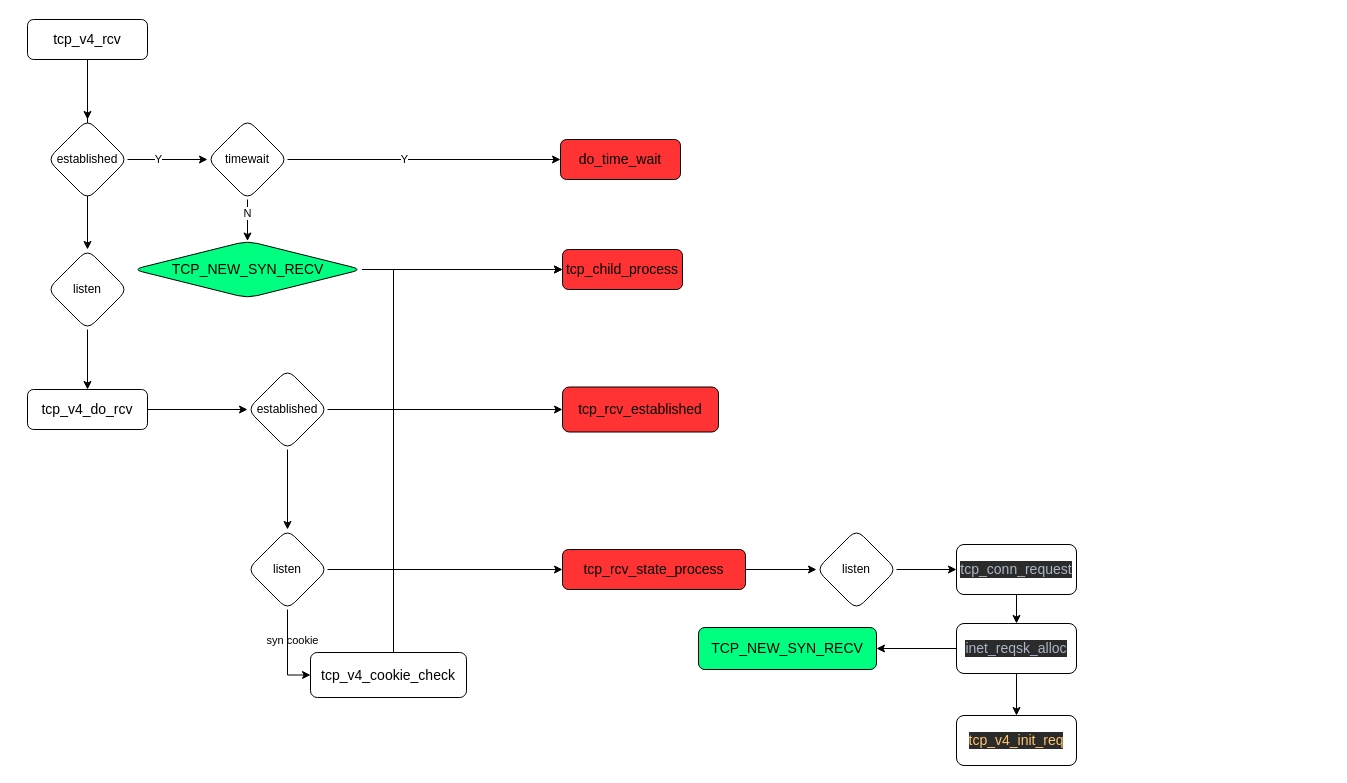
Earlier version of the draw.io diagram linux-kernel/tcp/tcp_recv.drawio (byrcoder/essay). Source tidied: cells renumbered, new cells numbered last; positions are measured from the earlier drawing's top-left corner, leaving out a move shared by most shapes. Both pictures are drawn from the tidied source at 100%, with x=0, y=0 at pixel (27, 19).
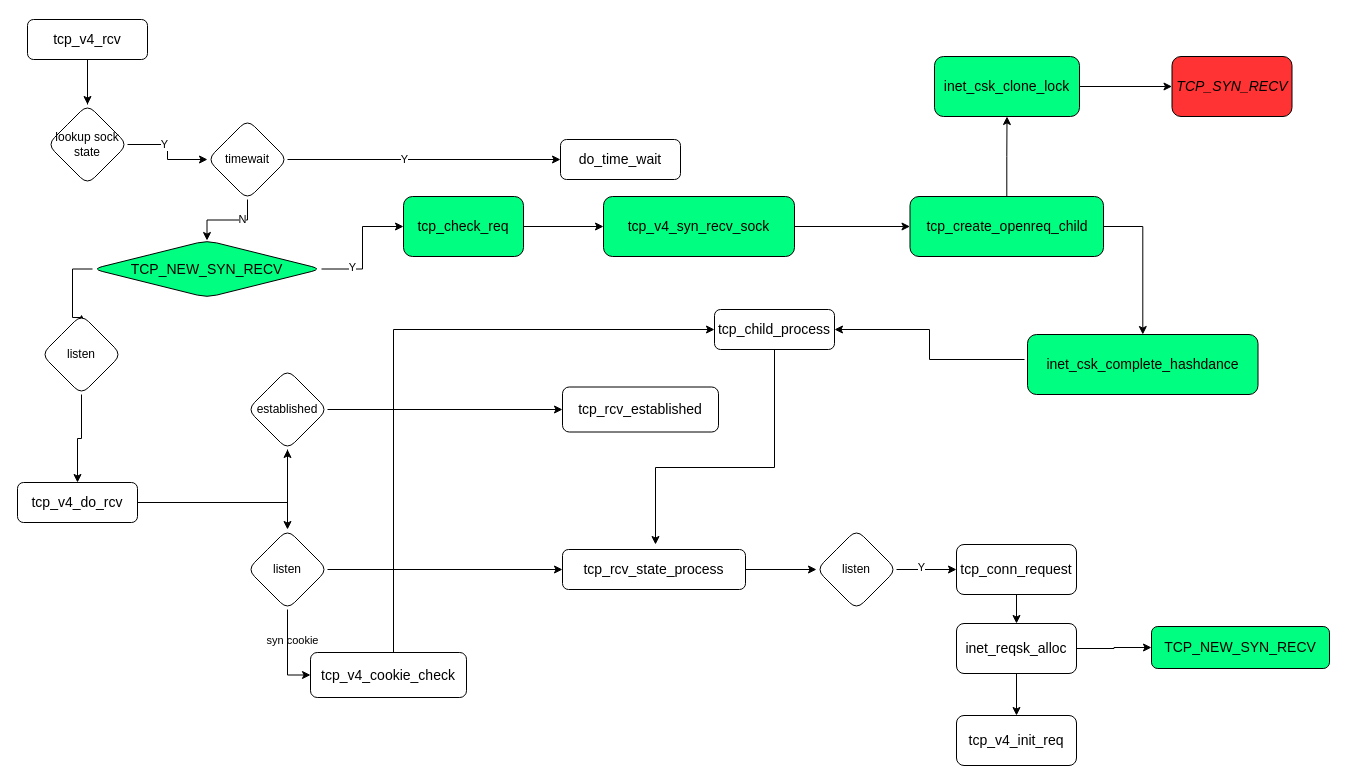
The same page after the edit.

Unchanged cells that the change refers to:
```xml
<mxCell id="4" value="&lt;pre style=&quot;font-family: &amp;quot;jetbrains mono&amp;quot;; font-size: 10.5pt;&quot;&gt;&lt;span style=&quot;&quot;&gt;tcp_v4_rcv&lt;/span&gt;&lt;/pre&gt;" style="rounded=1;whiteSpace=wrap;html=1;fontSize=12;glass=0;strokeWidth=1;shadow=0;fontColor=#000000;labelBackgroundColor=none;" parent="1" vertex="1">
  <mxGeometry width="120" height="40" as="geometry" />
</mxCell>
<mxCell id="33" style="edgeStyle=orthogonalEdgeStyle;rounded=0;jettySize=auto;html=1;labelBackgroundColor=none;fontColor=#000000;" parent="1" edge="1" source="34" target="36">
  <mxGeometry relative="1" as="geometry" />
</mxCell>
```

Diff of the diagram source:
```diff
@@
-    <mxCell id="2" style="edgeStyle=orthogonalEdgeStyle;rounded=0;jettySize=auto;html=1;entryX=0.5;entryY=0;entryDx=0;entryDy=0;fontColor=#000000;labelBackgroundColor=none;" parent="1" edge="1" source="4" target="18">
+    <mxCell id="2" style="edgeStyle=orthogonalEdgeStyle;rounded=0;jettySize=auto;html=1;entryX=0.5;entryY=0;entryDx=0;entryDy=0;fontColor=#000000;labelBackgroundColor=none;startArrow=none;exitX=0;exitY=0.5;exitDx=0;exitDy=0;" parent="1" edge="1" source="15" target="18">
       <mxGeometry relative="1" as="geometry" />
     </mxCell>
@@
-    <mxCell id="9" value="established" style="rhombus;whiteSpace=wrap;html=1;rounded=1;glass=0;strokeWidth=1;shadow=0;fontColor=#000000;labelBackgroundColor=none;" parent="1" vertex="1">
-      <mxGeometry x="20" y="100" width="80" height="80" as="geometry" />
-    </mxCell>
-    <mxCell id="10" value="&lt;pre style=&quot;font-family: &amp;quot;jetbrains mono&amp;quot;; font-size: 10.5pt;&quot;&gt;do_time_wait&lt;/pre&gt;" style="whiteSpace=wrap;html=1;rounded=1;glass=0;strokeWidth=1;shadow=0;fontColor=#000000;labelBackgroundColor=none;fillColor=#FF3333;" parent="1" vertex="1">
+    <mxCell id="10" value="&lt;pre style=&quot;font-family: &amp;quot;jetbrains mono&amp;quot;; font-size: 10.5pt;&quot;&gt;do_time_wait&lt;/pre&gt;" style="whiteSpace=wrap;html=1;rounded=1;glass=0;strokeWidth=1;shadow=0;fontColor=#000000;labelBackgroundColor=none;fillColor=#FFFFFF;" parent="1" vertex="1">
       <mxGeometry x="533" y="120" width="120" height="40" as="geometry" />
     </mxCell>
@@
-    <mxCell id="14" style="edgeStyle=orthogonalEdgeStyle;rounded=0;jettySize=auto;html=1;fontColor=#000000;labelBackgroundColor=none;" parent="1" edge="1" source="15" target="16">
-      <mxGeometry relative="1" as="geometry" />
+    <mxCell id="14" style="edgeStyle=orthogonalEdgeStyle;rounded=0;jettySize=auto;html=1;fontColor=#000000;labelBackgroundColor=none;" parent="1" edge="1" target="16">
+      <mxGeometry relative="1" as="geometry">
+        <mxPoint x="997" y="340" as="sourcePoint" />
+        <Array as="points">
+          <mxPoint x="902" y="340" />
+          <mxPoint x="902" y="310" />
+        </Array>
+      </mxGeometry>
     </mxCell>
+    <mxCell id="42" style="edgeStyle=orthogonalEdgeStyle;rounded=0;jettySize=auto;html=1;labelBackgroundColor=none;fontColor=#000000;" parent="1" edge="1" source="15" target="47">
+      <mxGeometry relative="1" as="geometry" />
+    </mxCell>
+    <mxCell id="43" value="Y" style="edgeLabel;html=1;align=center;verticalAlign=middle;fontColor=#000000;" parent="42" vertex="1">
+      <mxGeometry x="-0.52" y="3" relative="1" as="geometry">
+        <mxPoint y="1" as="offset" />
+      </mxGeometry>
+    </mxCell>
     <mxCell id="15" value="&lt;pre style=&quot;font-size: 10.5pt ; font-family: &amp;quot;jetbrains mono&amp;quot;&quot;&gt;&lt;span style=&quot;&quot;&gt;TCP_NEW_SYN_RECV&lt;/span&gt;&lt;/pre&gt;" style="rhombus;whiteSpace=wrap;html=1;rounded=1;glass=0;strokeWidth=1;shadow=0;fontColor=#000000;labelBackgroundColor=none;fillColor=#00FF80;" parent="1" vertex="1">
-      <mxGeometry x="105.5" y="221.5" width="229" height="57" as="geometry" />
+      <mxGeometry x="65" y="221" width="229" height="57" as="geometry" />
     </mxCell>
+    <mxCell id="44" style="edgeStyle=orthogonalEdgeStyle;rounded=0;jettySize=auto;html=1;labelBackgroundColor=none;fontColor=#000000;" parent="1" edge="1" source="16">
+      <mxGeometry relative="1" as="geometry">
+        <mxPoint x="628" y="525" as="targetPoint" />
+        <Array as="points">
+          <mxPoint x="747" y="448" />
+          <mxPoint x="628" y="448" />
+        </Array>
+      </mxGeometry>
+    </mxCell>
-    <mxCell id="16" value="&lt;pre style=&quot;font-family: &amp;quot;jetbrains mono&amp;quot;; font-size: 10.5pt;&quot;&gt;tcp_child_process&lt;/pre&gt;" style="whiteSpace=wrap;html=1;rounded=1;glass=0;strokeWidth=1;shadow=0;fontColor=#000000;labelBackgroundColor=none;fillColor=#FF3333;" parent="1" vertex="1">
-      <mxGeometry x="535" y="230" width="120" height="40" as="geometry" />
+    <mxCell id="16" value="&lt;pre style=&quot;font-family: &amp;quot;jetbrains mono&amp;quot;; font-size: 10.5pt;&quot;&gt;tcp_child_process&lt;/pre&gt;" style="whiteSpace=wrap;html=1;rounded=1;glass=0;strokeWidth=1;shadow=0;fontColor=#000000;labelBackgroundColor=none;fillColor=#FFFFFF;" parent="1" vertex="1">
+      <mxGeometry x="687" y="290" width="120" height="40" as="geometry" />
     </mxCell>
@@
     <mxCell id="18" value="listen" style="rhombus;whiteSpace=wrap;html=1;rounded=1;glass=0;strokeWidth=1;shadow=0;fontColor=#000000;labelBackgroundColor=none;" parent="1" vertex="1">
-      <mxGeometry x="20" y="230" width="80" height="80" as="geometry" />
+      <mxGeometry x="14" y="295" width="80" height="80" as="geometry" />
     </mxCell>
@@
     <mxCell id="20" value="&lt;pre style=&quot;font-family: &amp;quot;jetbrains mono&amp;quot;; font-size: 10.5pt;&quot;&gt;tcp_v4_do_rcv&lt;/pre&gt;" style="whiteSpace=wrap;html=1;rounded=1;glass=0;strokeWidth=1;shadow=0;fontColor=#000000;labelBackgroundColor=none;" parent="1" vertex="1">
-      <mxGeometry y="370" width="120" height="40" as="geometry" />
+      <mxGeometry x="-10" y="463" width="120" height="40" as="geometry" />
     </mxCell>
     <mxCell id="21" style="edgeStyle=orthogonalEdgeStyle;rounded=0;jettySize=auto;html=1;labelBackgroundColor=none;fontColor=#000000;exitX=0.41;exitY=-0.022;exitDx=0;exitDy=0;exitPerimeter=0;entryX=0;entryY=0.5;entryDx=0;entryDy=0;" parent="1" edge="1" target="16">
       <mxGeometry relative="1" as="geometry">
         <mxPoint x="343" y="643" as="sourcePoint" />
         <Array as="points">
           <mxPoint x="366" y="643" />
-          <mxPoint x="366" y="250" />
+          <mxPoint x="366" y="310" />
         </Array>
       </mxGeometry>
     </mxCell>
@@
-    <mxCell id="26" value="&lt;pre style=&quot;font-family: &amp;quot;jetbrains mono&amp;quot;; font-size: 10.5pt;&quot;&gt;tcp_rcv_established&lt;/pre&gt;" style="whiteSpace=wrap;html=1;fontColor=#000000;rounded=1;glass=0;strokeWidth=1;shadow=0;labelBackgroundColor=none;fillColor=#FF3333;" parent="1" vertex="1">
+    <mxCell id="26" value="&lt;pre style=&quot;font-family: &amp;quot;jetbrains mono&amp;quot;; font-size: 10.5pt;&quot;&gt;tcp_rcv_established&lt;/pre&gt;" style="whiteSpace=wrap;html=1;fontColor=#000000;rounded=1;glass=0;strokeWidth=1;shadow=0;labelBackgroundColor=none;fillColor=#FFFFFF;" parent="1" vertex="1">
       <mxGeometry x="535" y="367.5" width="156" height="45" as="geometry" />
     </mxCell>
@@
-    <mxCell id="32" value="&lt;pre style=&quot;font-family: &amp;quot;jetbrains mono&amp;quot;; font-size: 10.5pt;&quot;&gt;tcp_rcv_state_process&lt;/pre&gt;" style="whiteSpace=wrap;html=1;fontColor=#000000;rounded=1;glass=0;strokeWidth=1;shadow=0;labelBackgroundColor=none;fillColor=#FF3333;" parent="1" vertex="1">
+    <mxCell id="32" value="&lt;pre style=&quot;font-family: &amp;quot;jetbrains mono&amp;quot;; font-size: 10.5pt;&quot;&gt;tcp_rcv_state_process&lt;/pre&gt;" style="whiteSpace=wrap;html=1;fontColor=#000000;rounded=1;glass=0;strokeWidth=1;shadow=0;labelBackgroundColor=none;fillColor=#FFFFFF;" parent="1" vertex="1">
       <mxGeometry x="535" y="530" width="183" height="40" as="geometry" />
     </mxCell>
@@
+    <mxCell id="45" value="Y" style="edgeLabel;html=1;align=center;verticalAlign=middle;fontColor=#000000;" parent="33" vertex="1">
+      <mxGeometry x="-0.2" y="3" relative="1" as="geometry" />
+    </mxCell>
@@
-    <mxCell id="36" value="&lt;pre style=&quot;background-color: #2b2b2b ; color: #a9b7c6 ; font-family: &amp;#34;jetbrains mono&amp;#34; ; font-size: 10.5pt&quot;&gt;&lt;pre style=&quot;font-family: &amp;#34;jetbrains mono&amp;#34; ; font-size: 10.5pt&quot;&gt;tcp_conn_request&lt;/pre&gt;&lt;/pre&gt;" style="whiteSpace=wrap;html=1;fontColor=#000000;rounded=1;glass=0;strokeWidth=1;shadow=0;labelBackgroundColor=none;" parent="1" vertex="1">
+    <mxCell id="36" value="&lt;pre style=&quot;font-family: &amp;quot;jetbrains mono&amp;quot;; font-size: 10.5pt;&quot;&gt;&lt;pre style=&quot;font-family: &amp;quot;jetbrains mono&amp;quot; ; font-size: 10.5pt&quot;&gt;tcp_conn_request&lt;/pre&gt;&lt;/pre&gt;" style="whiteSpace=wrap;html=1;fontColor=#000000;rounded=1;glass=0;strokeWidth=1;shadow=0;labelBackgroundColor=none;" parent="1" vertex="1">
       <mxGeometry x="929" y="525" width="120" height="50" as="geometry" />
     </mxCell>
@@
-    <mxCell id="39" value="&lt;pre style=&quot;background-color: #2b2b2b ; color: #a9b7c6 ; font-family: &amp;#34;jetbrains mono&amp;#34; ; font-size: 10.5pt&quot;&gt;&lt;pre style=&quot;font-family: &amp;#34;jetbrains mono&amp;#34; ; font-size: 10.5pt&quot;&gt;&lt;pre style=&quot;font-family: &amp;#34;jetbrains mono&amp;#34; ; font-size: 10.5pt&quot;&gt;inet_reqsk_alloc&lt;/pre&gt;&lt;/pre&gt;&lt;/pre&gt;" style="whiteSpace=wrap;html=1;fontColor=#000000;rounded=1;glass=0;strokeWidth=1;shadow=0;labelBackgroundColor=none;" parent="1" vertex="1">
+    <mxCell id="39" value="&lt;pre style=&quot;font-family: &amp;quot;jetbrains mono&amp;quot;; font-size: 10.5pt;&quot;&gt;&lt;pre style=&quot;font-family: &amp;quot;jetbrains mono&amp;quot; ; font-size: 10.5pt&quot;&gt;&lt;pre style=&quot;font-family: &amp;quot;jetbrains mono&amp;quot; ; font-size: 10.5pt&quot;&gt;inet_reqsk_alloc&lt;/pre&gt;&lt;/pre&gt;&lt;/pre&gt;" style="whiteSpace=wrap;html=1;fontColor=#000000;rounded=1;glass=0;strokeWidth=1;shadow=0;labelBackgroundColor=none;" parent="1" vertex="1">
       <mxGeometry x="929" y="604" width="120" height="50" as="geometry" />
     </mxCell>
-    <mxCell id="40" value="&lt;pre style=&quot;background-color: #2b2b2b ; color: #a9b7c6 ; font-family: &amp;#34;jetbrains mono&amp;#34; ; font-size: 10.5pt&quot;&gt;&lt;pre style=&quot;font-family: &amp;#34;jetbrains mono&amp;#34; ; font-size: 10.5pt&quot;&gt;&lt;pre style=&quot;font-family: &amp;#34;jetbrains mono&amp;#34; ; font-size: 10.5pt&quot;&gt;&lt;pre style=&quot;font-size: 10.5pt ; font-family: &amp;#34;jetbrains mono&amp;#34;&quot;&gt;&lt;span style=&quot;color: rgb(255 , 198 , 109)&quot;&gt;tcp_v4_init_req&lt;/span&gt;&lt;/pre&gt;&lt;/pre&gt;&lt;/pre&gt;&lt;/pre&gt;" style="whiteSpace=wrap;html=1;fontColor=#000000;rounded=1;glass=0;strokeWidth=1;shadow=0;labelBackgroundColor=none;" parent="1" vertex="1">
+    <mxCell id="40" value="&lt;pre style=&quot;font-family: &amp;quot;jetbrains mono&amp;quot;; font-size: 10.5pt;&quot;&gt;&lt;pre style=&quot;font-family: &amp;quot;jetbrains mono&amp;quot; ; font-size: 10.5pt&quot;&gt;&lt;pre style=&quot;font-family: &amp;quot;jetbrains mono&amp;quot; ; font-size: 10.5pt&quot;&gt;&lt;pre style=&quot;font-size: 10.5pt ; font-family: &amp;quot;jetbrains mono&amp;quot;&quot;&gt;&lt;span style=&quot;&quot;&gt;tcp_v4_init_req&lt;/span&gt;&lt;/pre&gt;&lt;/pre&gt;&lt;/pre&gt;&lt;/pre&gt;" style="whiteSpace=wrap;html=1;fontColor=#000000;rounded=1;glass=0;strokeWidth=1;shadow=0;labelBackgroundColor=none;" parent="1" vertex="1">
       <mxGeometry x="929" y="696" width="120" height="50" as="geometry" />
     </mxCell>
     <mxCell id="41" value="&lt;pre style=&quot;font-family: &amp;#34;jetbrains mono&amp;#34; ; font-size: 10.5pt&quot;&gt;&lt;pre style=&quot;font-family: &amp;#34;jetbrains mono&amp;#34; ; font-size: 10.5pt&quot;&gt;&lt;pre style=&quot;font-family: &amp;#34;jetbrains mono&amp;#34; ; font-size: 10.5pt&quot;&gt;&lt;pre style=&quot;font-family: &amp;#34;jetbrains mono&amp;#34; ; font-size: 10.5pt&quot;&gt;&lt;span style=&quot;background-color: rgb(0 , 255 , 128)&quot;&gt;TCP_NEW_SYN_RECV&lt;/span&gt;&lt;/pre&gt;&lt;/pre&gt;&lt;/pre&gt;&lt;/pre&gt;" style="whiteSpace=wrap;html=1;fontColor=#000000;rounded=1;glass=0;strokeWidth=1;shadow=0;labelBackgroundColor=none;fillColor=#00FF80;" parent="1" vertex="1">
-      <mxGeometry x="671" y="608" width="178" height="42" as="geometry" />
+      <mxGeometry x="1124" y="607" width="178" height="42" as="geometry" />
     </mxCell>
+    <mxCell id="46" style="edgeStyle=orthogonalEdgeStyle;rounded=0;jettySize=auto;html=1;labelBackgroundColor=none;fontColor=#000000;" parent="1" edge="1" source="47" target="50">
+      <mxGeometry relative="1" as="geometry" />
+    </mxCell>
+    <mxCell id="47" value="&lt;pre style=&quot;font-family: &amp;quot;jetbrains mono&amp;quot;; font-size: 10.5pt;&quot;&gt;&lt;span style=&quot;&quot;&gt;tcp_check_req&lt;/span&gt;&lt;/pre&gt;" style="whiteSpace=wrap;html=1;fillColor=#00FF80;fontColor=#000000;rounded=1;glass=0;strokeWidth=1;shadow=0;labelBackgroundColor=none;" parent="1" vertex="1">
+      <mxGeometry x="376" y="177" width="120" height="60" as="geometry" />
+    </mxCell>
+    <mxCell id="48" style="edgeStyle=orthogonalEdgeStyle;rounded=0;jettySize=auto;html=1;labelBackgroundColor=none;fontColor=#000000;exitX=1;exitY=0.5;exitDx=0;exitDy=0;" parent="1" edge="1" source="53" target="51">
+      <mxGeometry relative="1" as="geometry" />
+    </mxCell>
+    <mxCell id="49" style="edgeStyle=orthogonalEdgeStyle;rounded=0;jettySize=auto;html=1;labelBackgroundColor=none;fontColor=#000000;" parent="1" edge="1" source="50" target="53">
+      <mxGeometry relative="1" as="geometry" />
+    </mxCell>
+    <mxCell id="50" value="&lt;pre style=&quot;font-family: &amp;quot;jetbrains mono&amp;quot;; font-size: 10.5pt;&quot;&gt;&lt;pre style=&quot;font-family: &amp;quot;jetbrains mono&amp;quot; ; font-size: 10.5pt&quot;&gt;&lt;span style=&quot;&quot;&gt;tcp_v4_syn_recv_sock&lt;/span&gt;&lt;/pre&gt;&lt;/pre&gt;" style="whiteSpace=wrap;html=1;fillColor=#00FF80;fontColor=#000000;rounded=1;glass=0;strokeWidth=1;shadow=0;labelBackgroundColor=none;" parent="1" vertex="1">
+      <mxGeometry x="576" y="177" width="191" height="60" as="geometry" />
+    </mxCell>
+    <mxCell id="51" value="&lt;pre style=&quot;font-family: &amp;quot;jetbrains mono&amp;quot;; font-size: 10.5pt;&quot;&gt;inet_csk_complete_hashdance&lt;/pre&gt;" style="whiteSpace=wrap;html=1;fillColor=#00FF80;fontColor=#000000;rounded=1;glass=0;strokeWidth=1;shadow=0;labelBackgroundColor=none;" parent="1" vertex="1">
+      <mxGeometry x="1000" y="315" width="230.5" height="60" as="geometry" />
+    </mxCell>
+    <mxCell id="52" style="edgeStyle=orthogonalEdgeStyle;rounded=0;jettySize=auto;html=1;labelBackgroundColor=none;fontColor=#000000;" parent="1" edge="1" source="53" target="55">
+      <mxGeometry relative="1" as="geometry" />
+    </mxCell>
+    <mxCell id="53" value="&lt;pre style=&quot;font-family: &amp;quot;jetbrains mono&amp;quot;; font-size: 10.5pt;&quot;&gt;tcp_create_openreq_child&lt;/pre&gt;" style="whiteSpace=wrap;html=1;fillColor=#00FF80;fontColor=#000000;rounded=1;glass=0;strokeWidth=1;shadow=0;labelBackgroundColor=none;" parent="1" vertex="1">
+      <mxGeometry x="882.5" y="177" width="193.5" height="60" as="geometry" />
+    </mxCell>
+    <mxCell id="54" style="edgeStyle=orthogonalEdgeStyle;rounded=0;jettySize=auto;html=1;labelBackgroundColor=none;fontColor=#000000;" parent="1" edge="1" source="55" target="56">
+      <mxGeometry relative="1" as="geometry" />
+    </mxCell>
+    <mxCell id="55" value="&lt;pre style=&quot;font-family: &amp;quot;jetbrains mono&amp;quot;; font-size: 10.5pt;&quot;&gt;&lt;span style=&quot;&quot;&gt;inet_csk_clone_lock&lt;/span&gt;&lt;/pre&gt;" style="whiteSpace=wrap;html=1;fillColor=#00FF80;fontColor=#000000;rounded=1;glass=0;strokeWidth=1;shadow=0;labelBackgroundColor=none;" parent="1" vertex="1">
+      <mxGeometry x="907" y="37" width="145" height="60" as="geometry" />
+    </mxCell>
+    <mxCell id="56" value="&lt;pre style=&quot;font-family: &amp;quot;jetbrains mono&amp;quot;; font-size: 10.5pt;&quot;&gt;&lt;span style=&quot;font-style: italic;&quot;&gt;TCP_SYN_RECV&lt;/span&gt;&lt;/pre&gt;" style="whiteSpace=wrap;html=1;fillColor=#FF3333;fontColor=#000000;rounded=1;glass=0;strokeWidth=1;shadow=0;labelBackgroundColor=none;" parent="1" vertex="1">
+      <mxGeometry x="1144.5" y="37" width="120" height="60" as="geometry" />
+    </mxCell>
+    <mxCell id="9" value="lookup sock state" style="rhombus;whiteSpace=wrap;html=1;rounded=1;glass=0;strokeWidth=1;shadow=0;fontColor=#000000;labelBackgroundColor=none;" parent="1" vertex="1">
+      <mxGeometry x="20" y="85" width="80" height="80" as="geometry" />
+    </mxCell>
+    <mxCell id="57" style="edgeStyle=orthogonalEdgeStyle;rounded=0;jettySize=auto;html=1;entryX=0.5;entryY=0;entryDx=0;entryDy=0;fontColor=#000000;labelBackgroundColor=none;endArrow=none;" parent="1" edge="1" source="4" target="9">
+      <mxGeometry relative="1" as="geometry" />
+    </mxCell>
```
